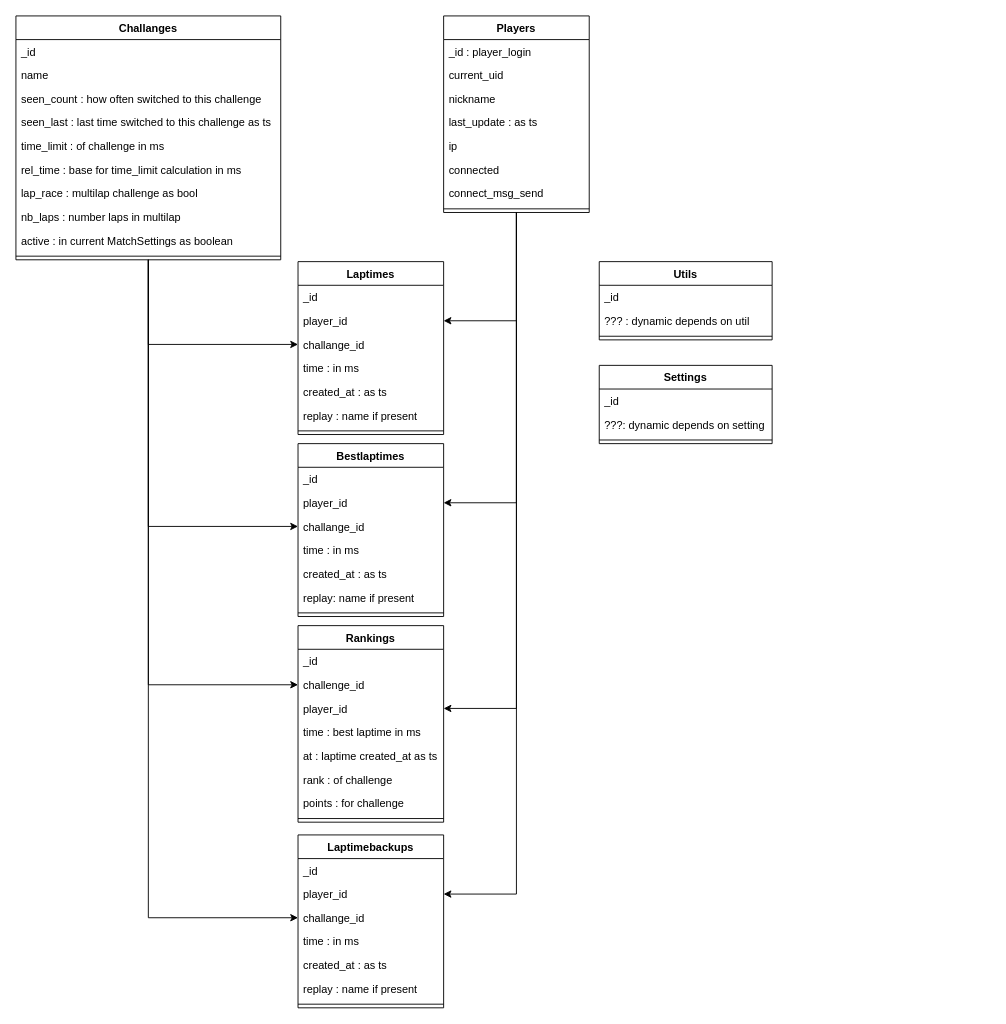
The draw.io diagram docs/db_layout.drawio in nils-ost/TMNF-TimeAttackServer, before the edit. Source tidied: cells renumbered, new cells numbered last; positions are measured from the earlier drawing's top-left corner, leaving out a move shared by most shapes. Both pictures are drawn from the tidied source at 91%, with x=0, y=0 at pixel (15, 15).
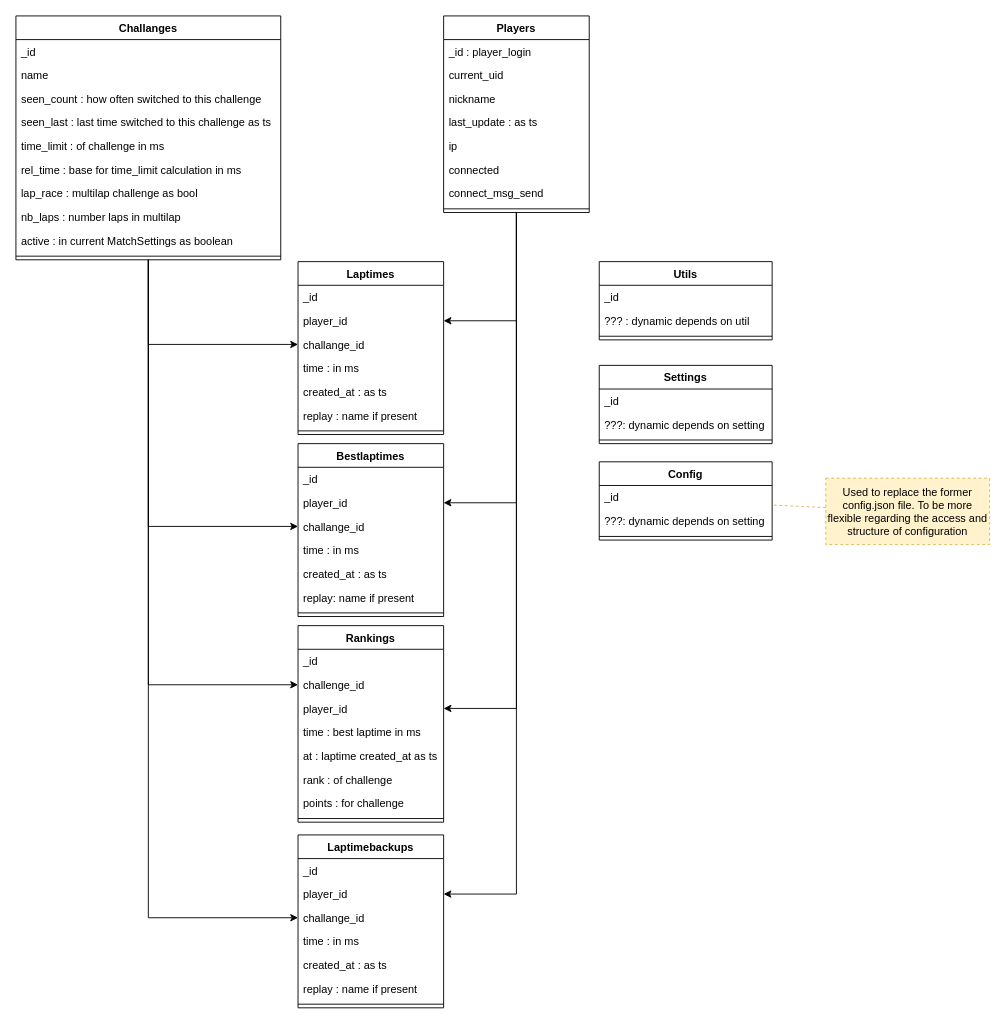
Above is the later version.

Commit message (it also covers changes not shown here):
moved the entire config from json file into the DB for easier access from all components

What changed in the source:
```diff
@@
+    <mxCell id="71" value="Config" style="swimlane;fontStyle=1;align=center;verticalAlign=top;horizontal=1;startSize=26;" parent="1" vertex="1">
+      <mxGeometry x="641" y="490" width="190" height="86" as="geometry" />
+    </mxCell>
+    <mxCell id="72" value="_id" style="text;strokeColor=none;fillColor=none;align=left;verticalAlign=top;spacingLeft=4;spacingRight=4;overflow=hidden;" parent="71" vertex="1">
+      <mxGeometry y="26" width="190" height="26" as="geometry" />
+    </mxCell>
+    <mxCell id="73" value="???: dynamic depends on setting" style="text;strokeColor=none;fillColor=none;align=left;verticalAlign=top;spacingLeft=4;spacingRight=4;overflow=hidden;" parent="71" vertex="1">
+      <mxGeometry y="52" width="190" height="26" as="geometry" />
+    </mxCell>
+    <mxCell id="74" style="line;strokeWidth=1;fillColor=none;align=left;verticalAlign=middle;spacingTop=-1;spacingLeft=3;spacingRight=3;labelPosition=right;" parent="71" vertex="1">
+      <mxGeometry y="78" width="190" height="8" as="geometry" />
+    </mxCell>
+    <mxCell id="75" style="rounded=0;jettySize=auto;html=1;dashed=1;endArrow=none;endFill=0;fillColor=#fff2cc;strokeColor=#d6b656;" parent="1" edge="1" source="76" target="71">
+      <mxGeometry relative="1" as="geometry" />
+    </mxCell>
+    <mxCell id="76" value="Used to replace the former config.json file. To be more flexible regarding the access and structure of configuration" style="rounded=0;whiteSpace=wrap;html=1;dashed=1;fillColor=#fff2cc;strokeColor=#d6b656;" parent="1" vertex="1">
+      <mxGeometry x="890" y="508" width="180" height="73" as="geometry" />
+    </mxCell>
```
